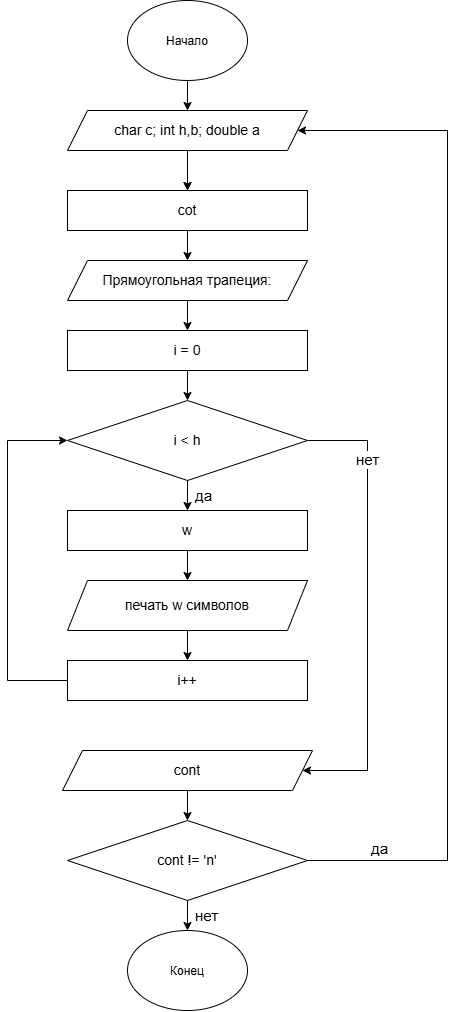
Earlier version of the draw.io export Lab_09_13.png (valknown/hw9). Source tidied: cells renumbered, new cells last; positions are measured from the earlier drawing's top-left corner, leaving out a move shared by most shapes.
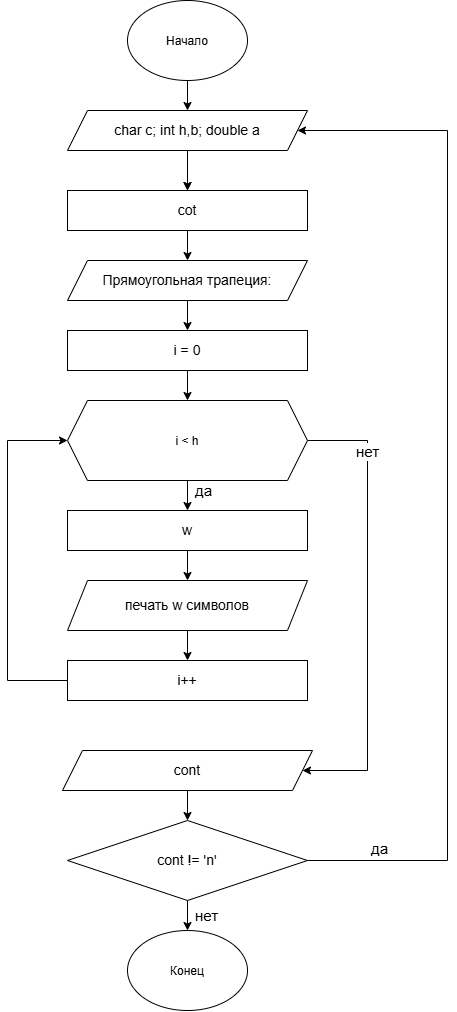
After the change.

What changed in the source:
```diff
@@ -14,9 +14,6 @@
     <mxCell id="5" value="i = 0" style="rounded=0;whiteSpace=wrap;html=1;fontSize=14;" parent="1" vertex="1">
       <mxGeometry x="60" y="330" width="240" height="40" as="geometry" />
     </mxCell>
-    <mxCell id="6" value="i &amp;lt; h" style="rhombus;whiteSpace=wrap;html=1;fontSize=14;" parent="1" vertex="1">
-      <mxGeometry x="60" y="400" width="240" height="80" as="geometry" />
-    </mxCell>
     <mxCell id="7" value="w" style="rounded=0;whiteSpace=wrap;html=1;fontSize=14;" parent="1" vertex="1">
       <mxGeometry x="60" y="510" width="240" height="40" as="geometry" />
     </mxCell>
@@ -51,11 +48,13 @@
     <mxCell id="16" style="edgeStyle=orthogonalEdgeStyle;html=1;endArrow=classic;" parent="1" edge="1" source="4" target="5">
       <mxGeometry relative="1" as="geometry" />
     </mxCell>
-    <mxCell id="17" style="edgeStyle=orthogonalEdgeStyle;html=1;endArrow=classic;" parent="1" edge="1" source="5" target="6">
+    <mxCell id="17" style="edgeStyle=orthogonalEdgeStyle;html=1;endArrow=classic;entryX=0.5;entryY=0;entryDx=0;entryDy=0;" parent="1" edge="1" source="5" target="6">
       <mxGeometry relative="1" as="geometry" />
     </mxCell>
-    <mxCell id="18" value="&lt;font style=&quot;font-size: 15px;&quot;&gt;да&lt;/font&gt;" style="edgeStyle=orthogonalEdgeStyle;html=1;endArrow=classic;align=left;verticalAlign=middle;spacingLeft=6;" parent="1" edge="1" source="6" target="7">
-      <mxGeometry relative="1" as="geometry" />
+    <mxCell id="18" value="&lt;font style=&quot;font-size: 15px;&quot;&gt;да&lt;/font&gt;" style="edgeStyle=orthogonalEdgeStyle;html=1;endArrow=classic;align=left;verticalAlign=middle;spacingLeft=6;" parent="1" edge="1" target="7">
+      <mxGeometry relative="1" as="geometry">
+        <mxPoint x="180" y="470" as="sourcePoint" />
+      </mxGeometry>
     </mxCell>
     <mxCell id="19" style="edgeStyle=orthogonalEdgeStyle;html=1;endArrow=classic;" parent="1" edge="1" source="7" target="8">
       <mxGeometry relative="1" as="geometry" />
@@ -68,11 +67,12 @@
         <Array as="points">
           <mxPoint y="680" />
           <mxPoint y="440" />
+          <mxPoint x="60" y="440" />
         </Array>
       </mxGeometry>
     </mxCell>
     <mxCell id="22" value="&lt;font style=&quot;font-size: 15px;&quot;&gt;нет&lt;/font&gt;" style="edgeStyle=orthogonalEdgeStyle;html=1;endArrow=classic;exitX=1;exitY=0.5;exitDx=0;exitDy=0;entryX=1;entryY=0.5;entryDx=0;entryDy=0;verticalAlign=bottom;rounded=0;curved=0;" parent="1" edge="1" source="6" target="10">
-      <mxGeometry x="-0.6" relative="1" as="geometry">
+      <mxGeometry x="-0.64" relative="1" as="geometry">
         <Array as="points">
           <mxPoint x="360" y="440" />
           <mxPoint x="360" y="770" />
@@ -101,5 +101,8 @@
     <mxCell id="27" value="Конец" style="ellipse;whiteSpace=wrap;html=1;shapeInside=1;" parent="1" vertex="1">
       <mxGeometry x="120" y="930" width="120" height="80" as="geometry" />
     </mxCell>
+    <mxCell id="6" value="i &amp;lt; h" style="shape=hexagon;perimeter=hexagonPerimeter2;whiteSpace=wrap;html=1;shapeInside=1;fixedSize=1;" parent="1" vertex="1">
+      <mxGeometry x="60" y="400" width="240" height="80" as="geometry" />
+    </mxCell>
   </root>
 </mxGraphModel>
```
